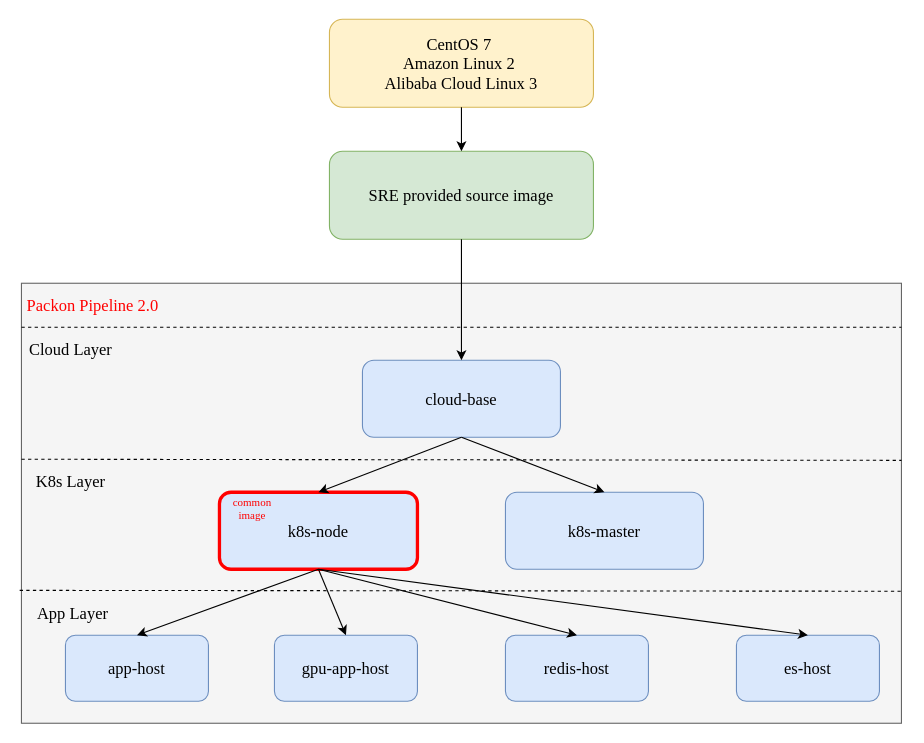
Above: page "Page-1" (1 of 2) of packon-rule-of-division.drawio in YanshanSong/draw.io (draw.io), before the change. Source tidied: cells renumbered, new cells numbered last; positions are measured from the earlier drawing's top-left corner, leaving out a move shared by most shapes. Both pictures are drawn from the tidied source at 110%, with x=0, y=0 at pixel (21, 19).
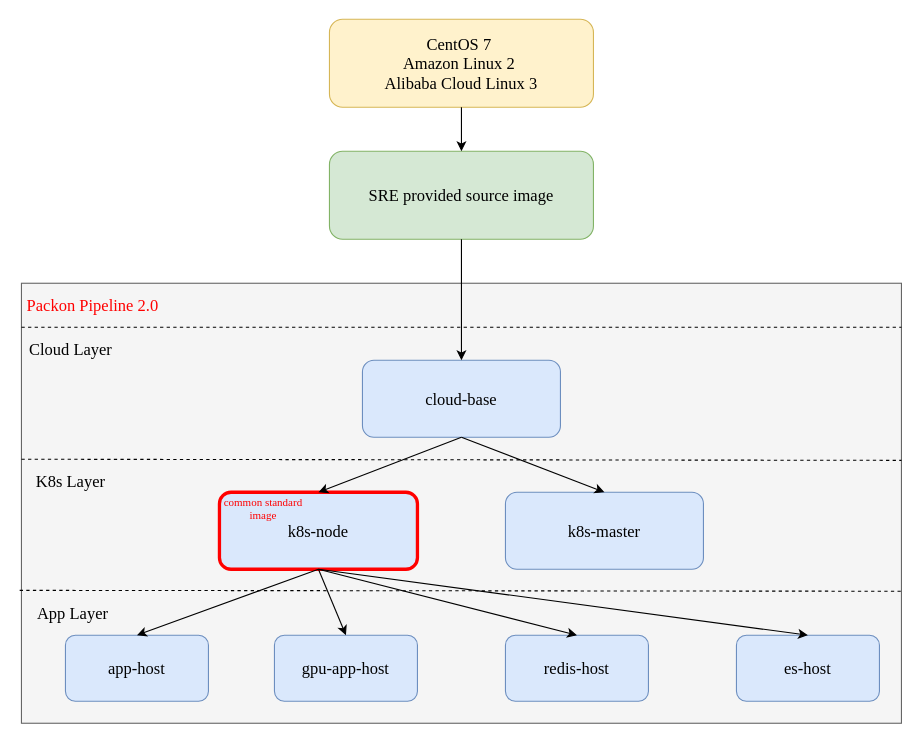
Above is the later version.

What changed in the source:
```diff
@@
-    <mxCell id="27" value="common image" style="text;html=1;strokeColor=none;fillColor=none;align=center;verticalAlign=middle;whiteSpace=wrap;rounded=0;fontFamily=Times New Roman;fontColor=#FF0000;fontSize=10;" parent="1" vertex="1">
-      <mxGeometry x="180" y="430" width="60" height="30" as="geometry" />
+    <mxCell id="27" value="common standard image" style="text;html=1;strokeColor=none;fillColor=none;align=center;verticalAlign=middle;whiteSpace=wrap;rounded=0;fontFamily=Times New Roman;fontColor=#FF0000;fontSize=10;" parent="1" vertex="1">
+      <mxGeometry x="180" y="430" width="80" height="30" as="geometry" />
     </mxCell>
```
